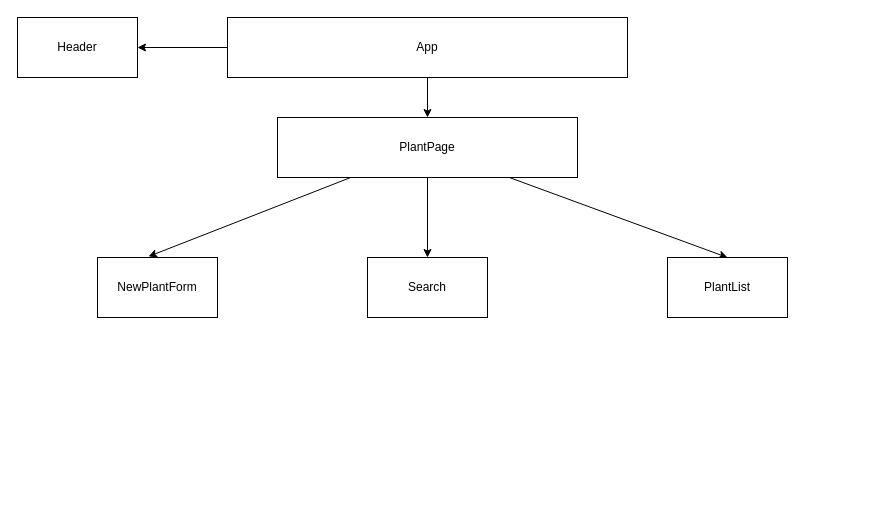
The draw.io diagram react-tree.drawio in rachelAtFlatiron/react-hooks-mock-code-challenge-plantshop, before the edit. Source tidied: cells renumbered, new cells numbered last; positions are measured from the earlier drawing's top-left corner, leaving out a move shared by most shapes. Both pictures are drawn from the tidied source at 100%, with x=0, y=0 at pixel (17, 17).
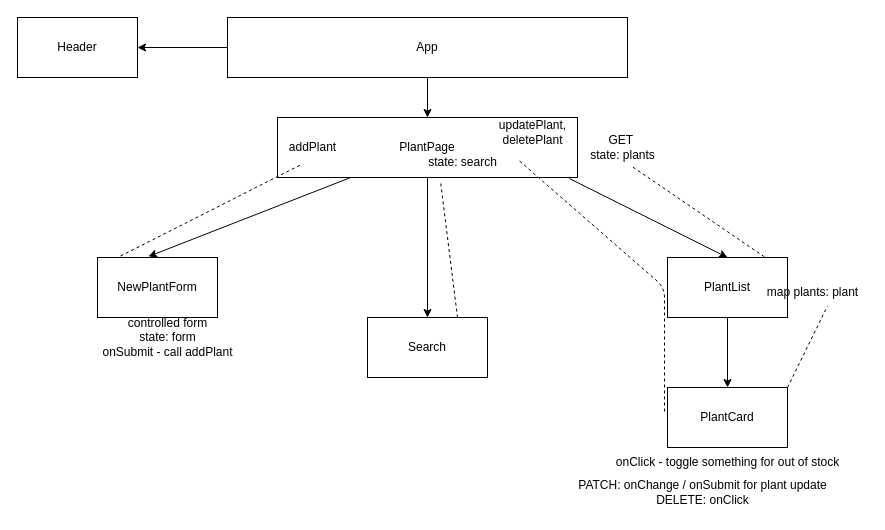
After the change.

The change refers to these unchanged cells:
```xml
<mxCell id="9" value="PlantPage" style="whiteSpace=wrap;html=1;" parent="1" vertex="1">
  <mxGeometry x="260" y="100" width="300" height="60" as="geometry" />
</mxCell>
<mxCell id="10" value="NewPlantForm" style="whiteSpace=wrap;html=1;" parent="1" vertex="1">
  <mxGeometry x="80" y="240" width="120" height="60" as="geometry" />
</mxCell>
<mxCell id="12" value="PlantList" style="whiteSpace=wrap;html=1;" parent="1" vertex="1">
  <mxGeometry x="650" y="240" width="120" height="60" as="geometry" />
</mxCell>
```

Diff of the diagram source:
```diff
@@
-    <mxCell id="8" style="edgeStyle=none;html=1;entryX=0.5;entryY=0;entryDx=0;entryDy=0;" parent="1" edge="1" source="9" target="12">
+    <mxCell id="8" style="edgeStyle=none;html=1;entryX=0.5;entryY=0;entryDx=0;entryDy=0;exitX=0.973;exitY=1.017;exitDx=0;exitDy=0;exitPerimeter=0;" parent="1" edge="1" source="9" target="12">
       <mxGeometry relative="1" as="geometry" />
     </mxCell>
@@
     <mxCell id="11" value="Search" style="whiteSpace=wrap;html=1;" parent="1" vertex="1">
-      <mxGeometry x="350" y="240" width="120" height="60" as="geometry" />
+      <mxGeometry x="350" y="300" width="120" height="60" as="geometry" />
     </mxCell>
+    <mxCell id="13" style="edgeStyle=none;html=1;" parent="1" edge="1" source="12" target="19">
+      <mxGeometry relative="1" as="geometry" />
+    </mxCell>
@@
+    <mxCell id="14" value="GET&amp;nbsp;&lt;br&gt;state: plants" style="text;html=1;align=center;verticalAlign=middle;points=[];strokeColor=none;fillColor=none;" parent="1" vertex="1">
+      <mxGeometry x="560" y="110" width="90" height="40" as="geometry" />
+    </mxCell>
+    <mxCell id="15" value="controlled form&lt;br&gt;state: form&lt;br&gt;onSubmit - call addPlant" style="text;html=1;align=center;verticalAlign=middle;strokeColor=none;fillColor=none;" parent="1" vertex="1">
+      <mxGeometry x="75" y="290" width="150" height="60" as="geometry" />
+    </mxCell>
+    <mxCell id="16" value="addPlant" style="text;html=1;align=center;verticalAlign=middle;points=[];strokeColor=none;fillColor=none;" parent="1" vertex="1">
+      <mxGeometry x="260" y="115" width="70" height="30" as="geometry" />
+    </mxCell>
+    <mxCell id="17" style="endArrow=none;dashed=1;html=1;entryX=0.34;entryY=1.067;entryDx=0;entryDy=0;entryPerimeter=0;exitX=0.192;exitY=-0.024;exitDx=0;exitDy=0;exitPerimeter=0;" parent="1" edge="1" source="10" target="16">
+      <mxGeometry relative="1" as="geometry" />
+    </mxCell>
+    <mxCell id="18" style="endArrow=none;dashed=1;html=1;entryX=0.597;entryY=0.963;entryDx=0;entryDy=0;entryPerimeter=0;exitX=0.807;exitY=-0.012;exitDx=0;exitDy=0;exitPerimeter=0;" parent="1" edge="1" source="12" target="14">
+      <mxGeometry relative="1" as="geometry" />
+    </mxCell>
+    <mxCell id="19" value="PlantCard" style="whiteSpace=wrap;html=1;" parent="1" vertex="1">
+      <mxGeometry x="650" y="370" width="120" height="60" as="geometry" />
+    </mxCell>
+    <mxCell id="20" value="map plants: plant" style="text;html=1;align=center;verticalAlign=middle;points=[];strokeColor=none;fillColor=none;" parent="1" vertex="1">
+      <mxGeometry x="740" y="260" width="110" height="30" as="geometry" />
+    </mxCell>
+    <mxCell id="21" style="endArrow=none;dashed=1;html=1;entryX=0.636;entryY=0.951;entryDx=0;entryDy=0;entryPerimeter=0;exitX=1;exitY=0;exitDx=0;exitDy=0;" parent="1" edge="1" source="19" target="20">
+      <mxGeometry relative="1" as="geometry" />
+    </mxCell>
+    <mxCell id="22" value="onClick - toggle something for out of stock" style="text;html=1;align=center;verticalAlign=middle;strokeColor=none;fillColor=none;" parent="1" vertex="1">
+      <mxGeometry x="585" y="430" width="250" height="30" as="geometry" />
+    </mxCell>
+    <mxCell id="23" value="state: search" style="text;html=1;align=center;verticalAlign=middle;points=[];strokeColor=none;fillColor=none;" parent="1" vertex="1">
+      <mxGeometry x="400" y="130" width="90" height="30" as="geometry" />
+    </mxCell>
+    <mxCell id="24" style="endArrow=none;dashed=1;html=1;entryX=0.256;entryY=1.133;entryDx=0;entryDy=0;entryPerimeter=0;exitX=0.75;exitY=0;exitDx=0;exitDy=0;" parent="1" edge="1" source="11" target="23">
+      <mxGeometry relative="1" as="geometry" />
+    </mxCell>
+    <mxCell id="25" value="PATCH: onChange / onSubmit for plant update&lt;br&gt;DELETE: onClick" style="text;html=1;align=center;verticalAlign=middle;strokeColor=none;fillColor=none;" parent="1" vertex="1">
+      <mxGeometry x="550" y="455" width="270" height="40" as="geometry" />
+    </mxCell>
+    <mxCell id="26" value="updatePlant,&lt;br&gt;deletePlant" style="text;html=1;align=center;verticalAlign=middle;points=[];strokeColor=none;fillColor=none;" parent="1" vertex="1">
+      <mxGeometry x="470" y="95" width="90" height="40" as="geometry" />
+    </mxCell>
+    <mxCell id="27" style="endArrow=none;dashed=1;html=1;entryX=0.333;entryY=1.167;entryDx=0;entryDy=0;entryPerimeter=0;exitX=-0.025;exitY=0.4;exitDx=0;exitDy=0;exitPerimeter=0;" parent="1" edge="1" source="19" target="26">
+      <mxGeometry relative="1" as="geometry">
+        <Array as="points">
+          <mxPoint x="647" y="270" />
+        </Array>
+      </mxGeometry>
+    </mxCell>
```
